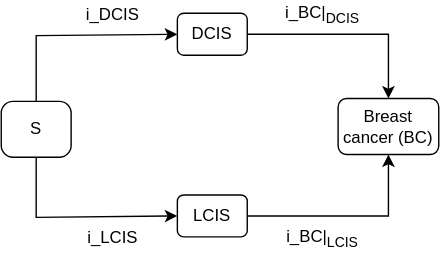
This is docs/source/gbd2017_models/causes/neoplasms/breast_cancer_with_stage0/compartmental_model_simple.svg from ihmeuw/vivarium_research, a draw.io export, as it was before one commit. Source tidied: cells renumbered, new cells last; positions are measured from the earlier drawing's top-left corner, leaving out a move shared by most shapes. The source it was exported from:
```xml
<mxGraphModel>
  <root>
    <mxCell id="0" />
    <mxCell id="1" parent="0" />
    <mxCell id="2" style="edgeStyle=orthogonalEdgeStyle;rounded=0;jettySize=auto;html=1;entryX=0;entryY=0.5;entryDx=0;entryDy=0;" parent="1" edge="1" source="4" target="8">
      <mxGeometry relative="1" as="geometry">
        <Array as="points">
          <mxPoint x="25" y="155" />
        </Array>
      </mxGeometry>
    </mxCell>
    <mxCell id="3" style="edgeStyle=orthogonalEdgeStyle;rounded=0;jettySize=auto;html=1;entryX=0;entryY=0.5;entryDx=0;entryDy=0;" parent="1" edge="1" source="4" target="6">
      <mxGeometry relative="1" as="geometry">
        <Array as="points">
          <mxPoint x="25" y="25" />
        </Array>
      </mxGeometry>
    </mxCell>
    <mxCell id="4" value="S" style="rounded=1;whiteSpace=wrap;html=1;arcSize=21;" parent="1" vertex="1">
      <mxGeometry y="72" width="50" height="40" as="geometry" />
    </mxCell>
    <mxCell id="5" style="edgeStyle=orthogonalEdgeStyle;rounded=0;jettySize=auto;html=1;exitX=1;exitY=0.5;exitDx=0;exitDy=0;entryX=0.5;entryY=0;entryDx=0;entryDy=0;" parent="1" edge="1" source="6" target="9">
      <mxGeometry relative="1" as="geometry" />
    </mxCell>
    <mxCell id="6" value="DCIS" style="rounded=1;whiteSpace=wrap;html=1;" parent="1" vertex="1">
      <mxGeometry x="126" y="9" width="50" height="30" as="geometry" />
    </mxCell>
    <mxCell id="7" style="edgeStyle=orthogonalEdgeStyle;rounded=0;jettySize=auto;html=1;exitX=1;exitY=0.5;exitDx=0;exitDy=0;entryX=0.5;entryY=1;entryDx=0;entryDy=0;" parent="1" edge="1" source="8" target="9">
      <mxGeometry relative="1" as="geometry" />
    </mxCell>
    <mxCell id="8" value="LCIS" style="rounded=1;whiteSpace=wrap;html=1;" parent="1" vertex="1">
      <mxGeometry x="126" y="139" width="50" height="30" as="geometry" />
    </mxCell>
    <mxCell id="9" value="Breast cancer (BC)" style="rounded=1;whiteSpace=wrap;html=1;" parent="1" vertex="1">
      <mxGeometry x="241" y="70" width="72" height="40" as="geometry" />
    </mxCell>
    <mxCell id="10" value="i_DCIS" style="text;html=1;strokeColor=none;fillColor=none;align=center;verticalAlign=middle;whiteSpace=wrap;rounded=0;" parent="1" vertex="1">
      <mxGeometry x="60" width="40" height="20" as="geometry" />
    </mxCell>
    <mxCell id="11" value="i_LCIS" style="text;html=1;strokeColor=none;fillColor=none;align=center;verticalAlign=middle;whiteSpace=wrap;rounded=0;" parent="1" vertex="1">
      <mxGeometry x="60" y="160" width="40" height="20" as="geometry" />
    </mxCell>
    <mxCell id="12" value="i_BC|&lt;sub&gt;DCIS&lt;/sub&gt;" style="text;html=1;strokeColor=none;fillColor=none;align=center;verticalAlign=middle;whiteSpace=wrap;rounded=0;" parent="1" vertex="1">
      <mxGeometry x="210" width="40" height="20" as="geometry" />
    </mxCell>
    <mxCell id="13" value="i_BC|&lt;sub&gt;LCIS&lt;/sub&gt;" style="text;html=1;strokeColor=none;fillColor=none;align=center;verticalAlign=middle;whiteSpace=wrap;rounded=0;" parent="1" vertex="1">
      <mxGeometry x="210" y="160" width="40" height="20" as="geometry" />
    </mxCell>
  </root>
</mxGraphModel>
```
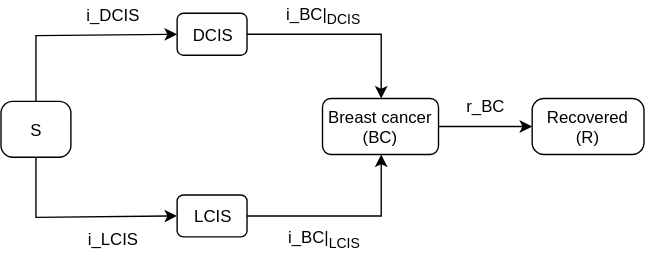
The same diagram one commit later.

Commit message:
added changes to breast cancer cause model and concept notes

What changed in the source:
```diff
@@ -31,8 +31,11 @@
     <mxCell id="8" value="LCIS" style="rounded=1;whiteSpace=wrap;html=1;" parent="1" vertex="1">
       <mxGeometry x="126" y="139" width="50" height="30" as="geometry" />
     </mxCell>
+    <mxCell id="14" style="edgeStyle=orthogonalEdgeStyle;rounded=0;jettySize=auto;html=1;exitX=1;exitY=0.5;exitDx=0;exitDy=0;entryX=0;entryY=0.5;entryDx=0;entryDy=0;" parent="1" edge="1" source="9" target="15">
+      <mxGeometry relative="1" as="geometry" />
+    </mxCell>
     <mxCell id="9" value="Breast cancer (BC)" style="rounded=1;whiteSpace=wrap;html=1;" parent="1" vertex="1">
-      <mxGeometry x="241" y="70" width="72" height="40" as="geometry" />
+      <mxGeometry x="230" y="70" width="83" height="40" as="geometry" />
     </mxCell>
     <mxCell id="10" value="i_DCIS" style="text;html=1;strokeColor=none;fillColor=none;align=center;verticalAlign=middle;whiteSpace=wrap;rounded=0;" parent="1" vertex="1">
       <mxGeometry x="60" width="40" height="20" as="geometry" />
@@ -46,5 +49,11 @@
     <mxCell id="13" value="i_BC|&lt;sub&gt;LCIS&lt;/sub&gt;" style="text;html=1;strokeColor=none;fillColor=none;align=center;verticalAlign=middle;whiteSpace=wrap;rounded=0;" parent="1" vertex="1">
       <mxGeometry x="210" y="160" width="40" height="20" as="geometry" />
     </mxCell>
+    <mxCell id="15" value="Recovered (R)" style="rounded=1;whiteSpace=wrap;html=1;arcSize=21;" parent="1" vertex="1">
+      <mxGeometry x="380" y="70" width="80" height="40" as="geometry" />
+    </mxCell>
+    <mxCell id="16" value="r_BC" style="text;html=1;strokeColor=none;fillColor=none;align=center;verticalAlign=middle;whiteSpace=wrap;rounded=0;" parent="1" vertex="1">
+      <mxGeometry x="326.5" y="65" width="40" height="20" as="geometry" />
+    </mxCell>
   </root>
 </mxGraphModel>
```
